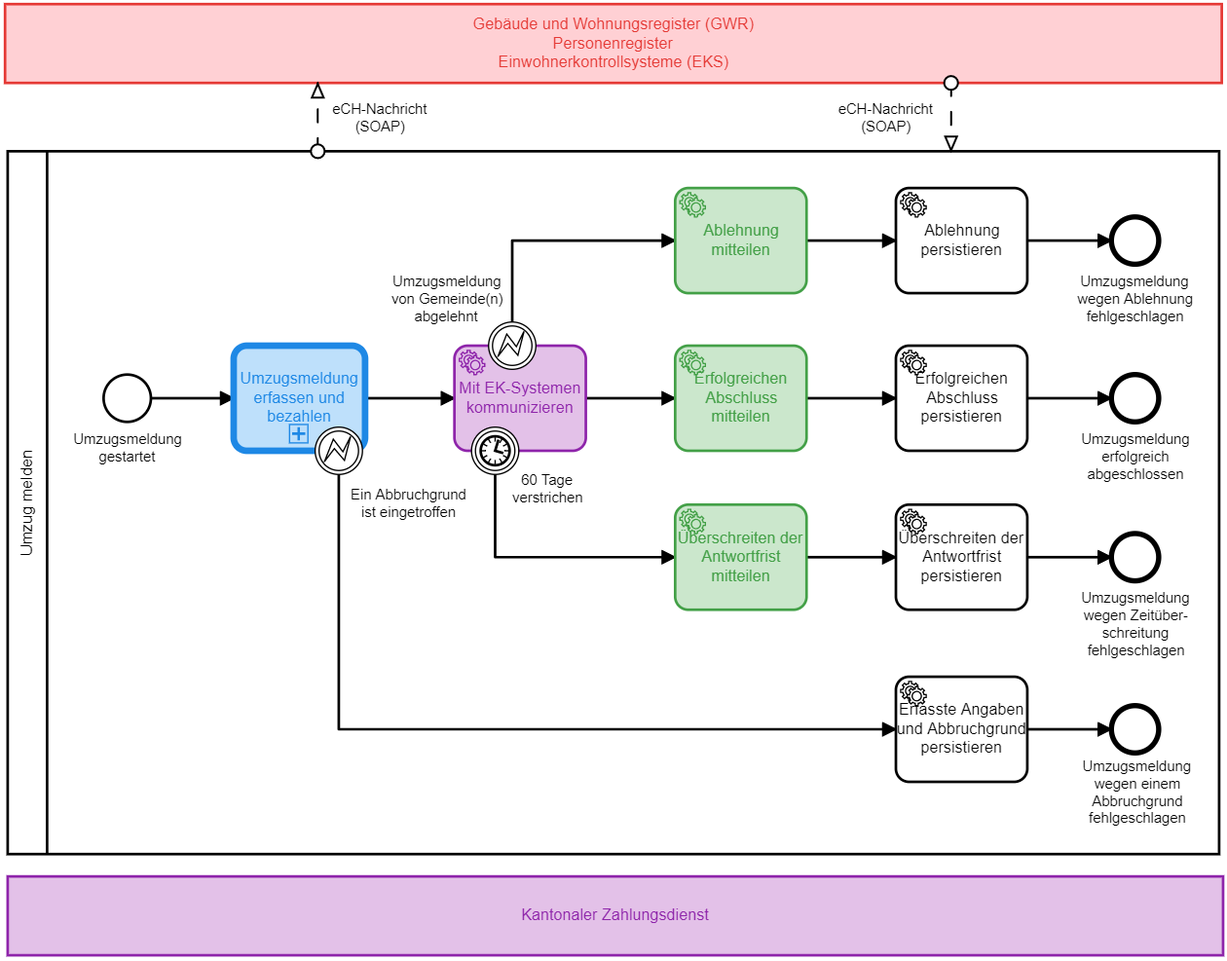
Above: src/docs/architecture/MainProcessArchitectureView.png in zhaw-gpi/eumzug-plattform-2018 (BPMN), before the change. Its source is kept beside it as src/docs/architecture/MainProcessArchitectureView.bpmn. Ids are renumbered. Source of this version:
```xml
<bpmn:definitions xmlns:bpmn="http://www.omg.org/spec/BPMN/20100524/MODEL" xmlns:bpmndi="http://www.omg.org/spec/BPMN/20100524/DI" xmlns:di="http://www.omg.org/spec/DD/20100524/DI" xmlns:dc="http://www.omg.org/spec/DD/20100524/DC" xmlns:camunda="http://camunda.org/schema/1.0/bpmn" xmlns:xsi="http://www.w3.org/2001/XMLSchema-instance" xmlns:bioc="http://bpmn.io/schema/bpmn/biocolor/1.0" id="Definitions_n1" targetNamespace="http://bpmn.io/schema/bpmn" exporter="Camunda Modeler" exporterVersion="1.16.2">
  <bpmn:collaboration id="Collaboration_n2">
    <bpmn:participant id="Participant_n3" name="Umzug melden" processRef="Process_n4" />
    <bpmn:participant id="Participant_n5" name="Gebäude und Wohnungsregister (GWR)&#10;Personenregister&#10;Einwohnerkontrollsysteme (EKS)" />
    <bpmn:participant id="Participant_n6" name="Kantonaler Zahlungsdienst" />
    <bpmn:messageFlow id="MessageFlow_n7" name="eCH-Nachricht (SOAP)" sourceRef="Participant_n3" targetRef="Participant_n5" />
    <bpmn:messageFlow id="MessageFlow_n8" name="eCH-Nachricht (SOAP)" sourceRef="Participant_n5" targetRef="Participant_n3" />
  </bpmn:collaboration>
  <bpmn:process id="Process_n4" isExecutable="false">
    <bpmn:startEvent id="StartEvent_n9" name="Umzugsmeldung gestartet">
      <bpmn:outgoing>SequenceFlow_n10</bpmn:outgoing>
    </bpmn:startEvent>
    <bpmn:endEvent id="EndEvent_n11" name="Umzugsmeldung erfolgreich abgeschlossen">
      <bpmn:incoming>SequenceFlow_n12</bpmn:incoming>
    </bpmn:endEvent>
    <bpmn:callActivity id="Task_n13" name="Umzugsmeldung erfassen und bezahlen">
      <bpmn:incoming>SequenceFlow_n10</bpmn:incoming>
      <bpmn:outgoing>SequenceFlow_n14</bpmn:outgoing>
    </bpmn:callActivity>
    <bpmn:serviceTask id="Task_n15" name="Mit EK-Systemen kommunizieren">
      <bpmn:incoming>SequenceFlow_n14</bpmn:incoming>
      <bpmn:outgoing>SequenceFlow_n16</bpmn:outgoing>
    </bpmn:serviceTask>
    <bpmn:serviceTask id="Task_n17" name="Erfolgreichen Abschluss mitteilen">
      <bpmn:incoming>SequenceFlow_n16</bpmn:incoming>
      <bpmn:outgoing>SequenceFlow_n18</bpmn:outgoing>
    </bpmn:serviceTask>
    <bpmn:serviceTask id="Task_n19" name="Erfolgreichen Abschluss persistieren">
      <bpmn:incoming>SequenceFlow_n18</bpmn:incoming>
      <bpmn:outgoing>SequenceFlow_n12</bpmn:outgoing>
    </bpmn:serviceTask>
    <bpmn:endEvent id="EndEvent_n20" name="Umzugsmeldung wegen Ablehnung fehlgeschlagen">
      <bpmn:incoming>SequenceFlow_n21</bpmn:incoming>
    </bpmn:endEvent>
    <bpmn:serviceTask id="Task_n22" name="Ablehnung persistieren">
      <bpmn:incoming>SequenceFlow_n23</bpmn:incoming>
      <bpmn:outgoing>SequenceFlow_n21</bpmn:outgoing>
    </bpmn:serviceTask>
    <bpmn:serviceTask id="Task_n24" name="Ablehnung mitteilen">
      <bpmn:incoming>SequenceFlow_n25</bpmn:incoming>
      <bpmn:outgoing>SequenceFlow_n23</bpmn:outgoing>
    </bpmn:serviceTask>
    <bpmn:serviceTask id="ServiceTask_n26" name="Überschreiten der Antwortfrist mitteilen">
      <bpmn:incoming>SequenceFlow_n27</bpmn:incoming>
      <bpmn:outgoing>SequenceFlow_n28</bpmn:outgoing>
    </bpmn:serviceTask>
    <bpmn:serviceTask id="ServiceTask_n29" name="Überschreiten der Antwortfrist persistieren">
      <bpmn:incoming>SequenceFlow_n28</bpmn:incoming>
      <bpmn:outgoing>SequenceFlow_n30</bpmn:outgoing>
    </bpmn:serviceTask>
    <bpmn:endEvent id="EndEvent_n31" name="Umzugsmeldung wegen Zeitüber-schreitung fehlgeschlagen">
      <bpmn:incoming>SequenceFlow_n30</bpmn:incoming>
    </bpmn:endEvent>
    <bpmn:endEvent id="EndEvent_n32" name="Umzugsmeldung wegen einem Abbruchgrund fehlgeschlagen">
      <bpmn:incoming>SequenceFlow_n33</bpmn:incoming>
    </bpmn:endEvent>
    <bpmn:serviceTask id="CallActivity_n34" name="Erfasste Angaben und Abbruchgrund persistieren" camunda:asyncAfter="true">
      <bpmn:documentation>Es wird der entsprechende Prozess aufgerufen und diesem alle Prozessvariablen übergeben.</bpmn:documentation>
      <bpmn:incoming>SequenceFlow_n35</bpmn:incoming>
      <bpmn:outgoing>SequenceFlow_n33</bpmn:outgoing>
    </bpmn:serviceTask>
    <bpmn:boundaryEvent id="BoundaryEvent_n36" name="60 Tage verstrichen" attachedToRef="Task_n15">
      <bpmn:outgoing>SequenceFlow_n27</bpmn:outgoing>
      <bpmn:timerEventDefinition />
    </bpmn:boundaryEvent>
    <bpmn:boundaryEvent id="BoundaryEvent_n37" name="Umzugsmeldung von Gemeinde(n) abgelehnt" attachedToRef="Task_n15">
      <bpmn:outgoing>SequenceFlow_n25</bpmn:outgoing>
      <bpmn:errorEventDefinition />
    </bpmn:boundaryEvent>
    <bpmn:boundaryEvent id="BoundaryEvent_n38" name="Ein Abbruchgrund ist eingetroffen" attachedToRef="Task_n13">
      <bpmn:outgoing>SequenceFlow_n35</bpmn:outgoing>
      <bpmn:errorEventDefinition />
    </bpmn:boundaryEvent>
    <bpmn:sequenceFlow id="SequenceFlow_n33" sourceRef="CallActivity_n34" targetRef="EndEvent_n32" />
    <bpmn:sequenceFlow id="SequenceFlow_n27" sourceRef="BoundaryEvent_n36" targetRef="ServiceTask_n26" />
    <bpmn:sequenceFlow id="SequenceFlow_n30" sourceRef="ServiceTask_n29" targetRef="EndEvent_n31" />
    <bpmn:sequenceFlow id="SequenceFlow_n28" sourceRef="ServiceTask_n26" targetRef="ServiceTask_n29" />
    <bpmn:sequenceFlow id="SequenceFlow_n21" sourceRef="Task_n22" targetRef="EndEvent_n20" />
    <bpmn:sequenceFlow id="SequenceFlow_n23" sourceRef="Task_n24" targetRef="Task_n22" />
    <bpmn:sequenceFlow id="SequenceFlow_n12" sourceRef="Task_n19" targetRef="EndEvent_n11" />
    <bpmn:sequenceFlow id="SequenceFlow_n18" sourceRef="Task_n17" targetRef="Task_n19" />
    <bpmn:sequenceFlow id="SequenceFlow_n16" sourceRef="Task_n15" targetRef="Task_n17" />
    <bpmn:sequenceFlow id="SequenceFlow_n25" sourceRef="BoundaryEvent_n37" targetRef="Task_n24" />
    <bpmn:sequenceFlow id="SequenceFlow_n14" sourceRef="Task_n13" targetRef="Task_n15" />
    <bpmn:sequenceFlow id="SequenceFlow_n35" sourceRef="BoundaryEvent_n38" targetRef="CallActivity_n34" />
    <bpmn:sequenceFlow id="SequenceFlow_n10" sourceRef="StartEvent_n9" targetRef="Task_n13" />
  </bpmn:process>
  <bpmndi:BPMNDiagram id="BPMNDiagram_1">
    <bpmndi:BPMNPlane id="BPMNPlane_1" bpmnElement="Collaboration_n2">
      <bpmndi:BPMNShape id="Participant_n3_di" bpmnElement="Participant_n3">
        <dc:Bounds x="16" y="127" width="922" height="535" />
      </bpmndi:BPMNShape>
      <bpmndi:BPMNShape id="StartEvent_n9_di" bpmnElement="StartEvent_n9">
        <dc:Bounds x="89" y="297" width="36" height="36" />
        <bpmndi:BPMNLabel>
          <dc:Bounds x="66" y="340" width="83" height="27" />
        </bpmndi:BPMNLabel>
      </bpmndi:BPMNShape>
      <bpmndi:BPMNEdge id="SequenceFlow_n10_di" bpmnElement="SequenceFlow_n10">
        <di:waypoint x="125" y="315" />
        <di:waypoint x="188" y="315" />
      </bpmndi:BPMNEdge>
      <bpmndi:BPMNShape id="EndEvent_n32_di" bpmnElement="EndEvent_n32">
        <dc:Bounds x="856" y="549" width="36" height="36" />
        <bpmndi:BPMNLabel>
          <dc:Bounds x="834" y="589" width="83" height="53" />
        </bpmndi:BPMNLabel>
      </bpmndi:BPMNShape>
      <bpmndi:BPMNEdge id="SequenceFlow_n33_di" bpmnElement="SequenceFlow_n33">
        <di:waypoint x="792" y="567" />
        <di:waypoint x="856" y="567" />
      </bpmndi:BPMNEdge>
      <bpmndi:BPMNShape id="BoundaryEvent_0wwze7o_di" bpmnElement="BoundaryEvent_n38">
        <dc:Bounds x="250" y="337" width="36" height="36" />
        <bpmndi:BPMNLabel>
          <dc:Bounds x="277" y="382" width="89" height="27" />
        </bpmndi:BPMNLabel>
      </bpmndi:BPMNShape>
      <bpmndi:BPMNEdge id="SequenceFlow_n35_di" bpmnElement="SequenceFlow_n35">
        <di:waypoint x="268" y="373" />
        <di:waypoint x="268" y="567" />
        <di:waypoint x="692" y="567" />
      </bpmndi:BPMNEdge>
      <bpmndi:BPMNShape id="ServiceTask_1eta9so_di" bpmnElement="CallActivity_n34">
        <dc:Bounds x="692" y="527" width="100" height="80" />
      </bpmndi:BPMNShape>
      <bpmndi:BPMNEdge id="SequenceFlow_n14_di" bpmnElement="SequenceFlow_n14">
        <di:waypoint x="288" y="315" />
        <di:waypoint x="356" y="315" />
      </bpmndi:BPMNEdge>
      <bpmndi:BPMNShape id="ServiceTask_1e32l3k_di" bpmnElement="Task_n15" bioc:stroke="#8E24AA" bioc:fill="#E1BEE7">
        <dc:Bounds x="356" y="275" width="100" height="80" />
      </bpmndi:BPMNShape>
      <bpmndi:BPMNShape id="BoundaryEvent_17owh55_di" bpmnElement="BoundaryEvent_n37">
        <dc:Bounds x="382" y="257" width="36" height="36" />
        <bpmndi:BPMNLabel>
          <dc:Bounds x="308" y="220" width="85" height="40" />
        </bpmndi:BPMNLabel>
      </bpmndi:BPMNShape>
      <bpmndi:BPMNEdge id="SequenceFlow_n25_di" bpmnElement="SequenceFlow_n25">
        <di:waypoint x="400" y="257" />
        <di:waypoint x="400" y="195" />
        <di:waypoint x="524" y="195" />
      </bpmndi:BPMNEdge>
      <bpmndi:BPMNShape id="ServiceTask_1ftqgj1_di" bpmnElement="Task_n17" bioc:stroke="#43A047" bioc:fill="#C8E6C9">
        <dc:Bounds x="524" y="275" width="100" height="80" />
      </bpmndi:BPMNShape>
      <bpmndi:BPMNShape id="ServiceTask_0aq9wsy_di" bpmnElement="Task_n19">
        <dc:Bounds x="692" y="275" width="100" height="80" />
      </bpmndi:BPMNShape>
      <bpmndi:BPMNShape id="EndEvent_n11_di" bpmnElement="EndEvent_n11">
        <dc:Bounds x="856" y="297" width="36" height="36" />
        <bpmndi:BPMNLabel>
          <dc:Bounds x="833" y="340" width="83" height="40" />
        </bpmndi:BPMNLabel>
      </bpmndi:BPMNShape>
      <bpmndi:BPMNShape id="CallActivity_1mxar3j_di" bpmnElement="Task_n13" bioc:stroke="#1E88E5" bioc:fill="#BBDEFB">
        <dc:Bounds x="188" y="275" width="100" height="80" />
      </bpmndi:BPMNShape>
      <bpmndi:BPMNShape id="Participant_03cjtcp_di" bpmnElement="Participant_n5" bioc:stroke="#E53935" bioc:fill="#FFCDD2">
        <dc:Bounds x="14" y="15" width="926" height="60" />
      </bpmndi:BPMNShape>
      <bpmndi:BPMNEdge id="MessageFlow_n7_di" bpmnElement="MessageFlow_n7">
        <di:waypoint x="252" y="127" />
        <di:waypoint x="252" y="75" />
        <bpmndi:BPMNLabel>
          <dc:Bounds x="263" y="89" width="74" height="27" />
        </bpmndi:BPMNLabel>
      </bpmndi:BPMNEdge>
      <bpmndi:BPMNEdge id="MessageFlow_n8_di" bpmnElement="MessageFlow_n8">
        <di:waypoint x="734" y="75" />
        <di:waypoint x="734" y="127" />
        <bpmndi:BPMNLabel>
          <dc:Bounds x="648" y="89" width="74" height="27" />
        </bpmndi:BPMNLabel>
      </bpmndi:BPMNEdge>
      <bpmndi:BPMNShape id="Participant_01k5g2n_di" bpmnElement="Participant_n6" bioc:stroke="#8E24AA" bioc:fill="#E1BEE7">
        <dc:Bounds x="16" y="679" width="925" height="60" />
      </bpmndi:BPMNShape>
      <bpmndi:BPMNEdge id="SequenceFlow_n16_di" bpmnElement="SequenceFlow_n16">
        <di:waypoint x="456" y="315" />
        <di:waypoint x="524" y="315" />
      </bpmndi:BPMNEdge>
      <bpmndi:BPMNEdge id="SequenceFlow_n18_di" bpmnElement="SequenceFlow_n18">
        <di:waypoint x="624" y="315" />
        <di:waypoint x="692" y="315" />
      </bpmndi:BPMNEdge>
      <bpmndi:BPMNEdge id="SequenceFlow_n12_di" bpmnElement="SequenceFlow_n12">
        <di:waypoint x="792" y="315" />
        <di:waypoint x="856" y="315" />
      </bpmndi:BPMNEdge>
      <bpmndi:BPMNShape id="ServiceTask_04xuqo2_di" bpmnElement="Task_n24" bioc:stroke="#43A047" bioc:fill="#C8E6C9">
        <dc:Bounds x="524" y="155" width="100" height="80" />
      </bpmndi:BPMNShape>
      <bpmndi:BPMNEdge id="SequenceFlow_n23_di" bpmnElement="SequenceFlow_n23">
        <di:waypoint x="624" y="195" />
        <di:waypoint x="692" y="195" />
      </bpmndi:BPMNEdge>
      <bpmndi:BPMNShape id="ServiceTask_0kg7oyb_di" bpmnElement="Task_n22">
        <dc:Bounds x="692" y="155" width="100" height="80" />
      </bpmndi:BPMNShape>
      <bpmndi:BPMNShape id="EndEvent_n20_di" bpmnElement="EndEvent_n20">
        <dc:Bounds x="856" y="177" width="36" height="36" />
        <bpmndi:BPMNLabel>
          <dc:Bounds x="830" y="220" width="88" height="40" />
        </bpmndi:BPMNLabel>
      </bpmndi:BPMNShape>
      <bpmndi:BPMNEdge id="SequenceFlow_n21_di" bpmnElement="SequenceFlow_n21">
        <di:waypoint x="792" y="195" />
        <di:waypoint x="856" y="195" />
      </bpmndi:BPMNEdge>
      <bpmndi:BPMNShape id="BoundaryEvent_1tyg17u_di" bpmnElement="BoundaryEvent_n36">
        <dc:Bounds x="369" y="337" width="36" height="36" />
        <bpmndi:BPMNLabel>
          <dc:Bounds x="400" y="371" width="53" height="27" />
        </bpmndi:BPMNLabel>
      </bpmndi:BPMNShape>
      <bpmndi:BPMNShape id="ServiceTask_n26_di" bpmnElement="ServiceTask_n26" bioc:stroke="#43A047" bioc:fill="#C8E6C9">
        <dc:Bounds x="524" y="396" width="100" height="80" />
      </bpmndi:BPMNShape>
      <bpmndi:BPMNShape id="ServiceTask_n29_di" bpmnElement="ServiceTask_n29">
        <dc:Bounds x="692" y="396" width="100" height="80" />
      </bpmndi:BPMNShape>
      <bpmndi:BPMNShape id="EndEvent_n31_di" bpmnElement="EndEvent_n31">
        <dc:Bounds x="856" y="418" width="36" height="36" />
        <bpmndi:BPMNLabel>
          <dc:Bounds x="833" y="461" width="83" height="53" />
        </bpmndi:BPMNLabel>
      </bpmndi:BPMNShape>
      <bpmndi:BPMNEdge id="SequenceFlow_n28_di" bpmnElement="SequenceFlow_n28">
        <di:waypoint x="624" y="436" />
        <di:waypoint x="692" y="436" />
      </bpmndi:BPMNEdge>
      <bpmndi:BPMNEdge id="SequenceFlow_n30_di" bpmnElement="SequenceFlow_n30">
        <di:waypoint x="792" y="436" />
        <di:waypoint x="856" y="436" />
      </bpmndi:BPMNEdge>
      <bpmndi:BPMNEdge id="SequenceFlow_n27_di" bpmnElement="SequenceFlow_n27">
        <di:waypoint x="387" y="373" />
        <di:waypoint x="387" y="436" />
        <di:waypoint x="524" y="436" />
      </bpmndi:BPMNEdge>
    </bpmndi:BPMNPlane>
  </bpmndi:BPMNDiagram>
</bpmn:definitions>
```
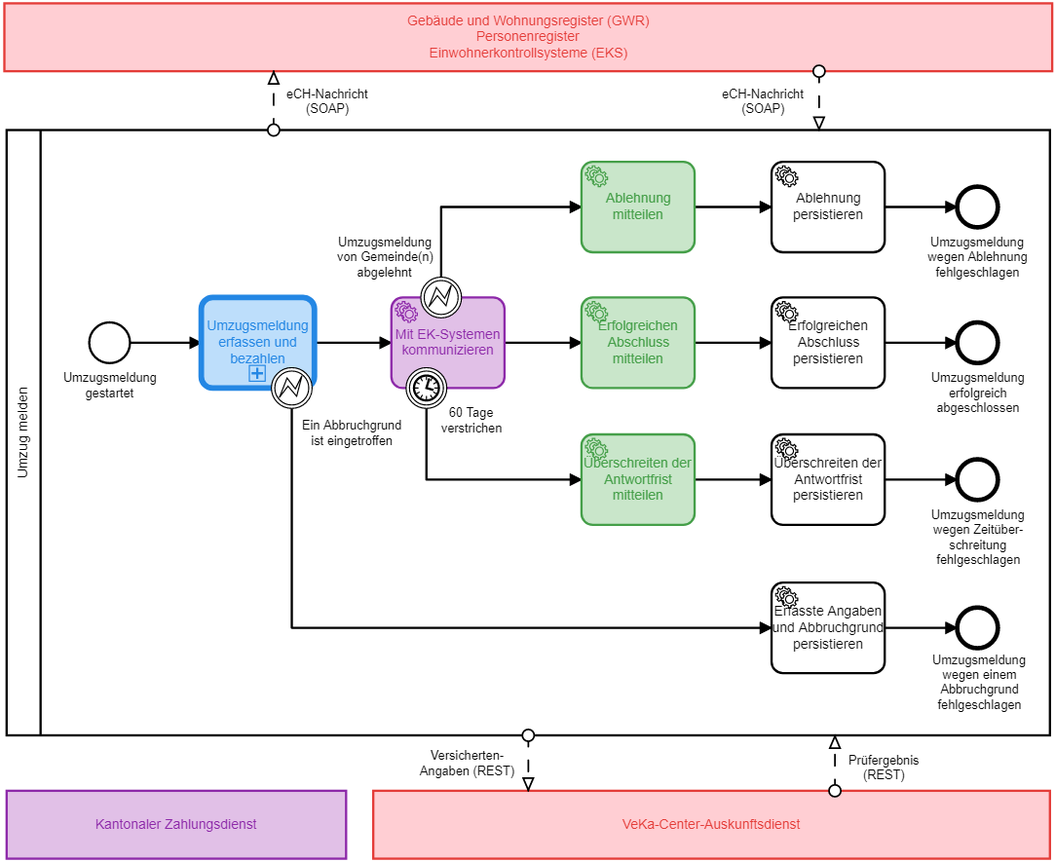
The same file after the commit.

Commit message:
Aufrufprozess 'Weitere Angaben erfassen' teilweise fertig

The edit, as a diff of the source:
```diff
@@ -3,8 +3,11 @@
     <bpmn:participant id="Participant_n3" name="Umzug melden" processRef="Process_n4" />
     <bpmn:participant id="Participant_n5" name="Gebäude und Wohnungsregister (GWR)&#10;Personenregister&#10;Einwohnerkontrollsysteme (EKS)" />
     <bpmn:participant id="Participant_n6" name="Kantonaler Zahlungsdienst" />
+    <bpmn:participant id="Participant_n39" name="VeKa-Center-Auskunftsdienst" />
     <bpmn:messageFlow id="MessageFlow_n7" name="eCH-Nachricht (SOAP)" sourceRef="Participant_n3" targetRef="Participant_n5" />
     <bpmn:messageFlow id="MessageFlow_n8" name="eCH-Nachricht (SOAP)" sourceRef="Participant_n5" targetRef="Participant_n3" />
+    <bpmn:messageFlow id="MessageFlow_n40" name="Versicherten-Angaben (REST)" sourceRef="Participant_n3" targetRef="Participant_n39" />
+    <bpmn:messageFlow id="MessageFlow_n41" name="Prüfergebnis (REST)" sourceRef="Participant_n39" targetRef="Participant_n3" />
   </bpmn:collaboration>
   <bpmn:process id="Process_n4" isExecutable="false">
     <bpmn:startEvent id="StartEvent_n9" name="Umzugsmeldung gestartet">
@@ -175,7 +178,7 @@
         </bpmndi:BPMNLabel>
       </bpmndi:BPMNEdge>
       <bpmndi:BPMNShape id="Participant_01k5g2n_di" bpmnElement="Participant_n6" bioc:stroke="#8E24AA" bioc:fill="#E1BEE7">
-        <dc:Bounds x="16" y="679" width="925" height="60" />
+        <dc:Bounds x="16" y="711" width="300" height="60" />
       </bpmndi:BPMNShape>
       <bpmndi:BPMNEdge id="SequenceFlow_n16_di" bpmnElement="SequenceFlow_n16">
         <di:waypoint x="456" y="315" />
@@ -240,6 +243,23 @@
         <di:waypoint x="387" y="436" />
         <di:waypoint x="524" y="436" />
       </bpmndi:BPMNEdge>
+      <bpmndi:BPMNShape id="Participant_n39_di" bpmnElement="Participant_n39" bioc:stroke="#E53935" bioc:fill="#FFCDD2">
+        <dc:Bounds x="340" y="711" width="598" height="60" />
+      </bpmndi:BPMNShape>
+      <bpmndi:BPMNEdge id="MessageFlow_n40_di" bpmnElement="MessageFlow_n40">
+        <di:waypoint x="477" y="662" />
+        <di:waypoint x="477" y="711" />
+        <bpmndi:BPMNLabel>
+          <dc:Bounds x="381" y="674" width="84" height="27" />
+        </bpmndi:BPMNLabel>
+      </bpmndi:BPMNEdge>
+      <bpmndi:BPMNEdge id="MessageFlow_n41_di" bpmnElement="MessageFlow_n41">
+        <di:waypoint x="748" y="711" />
+        <di:waypoint x="748" y="662" />
+        <bpmndi:BPMNLabel>
+          <dc:Bounds x="760" y="678" width="63" height="27" />
+        </bpmndi:BPMNLabel>
+      </bpmndi:BPMNEdge>
     </bpmndi:BPMNPlane>
   </bpmndi:BPMNDiagram>
 </bpmn:definitions>
```
